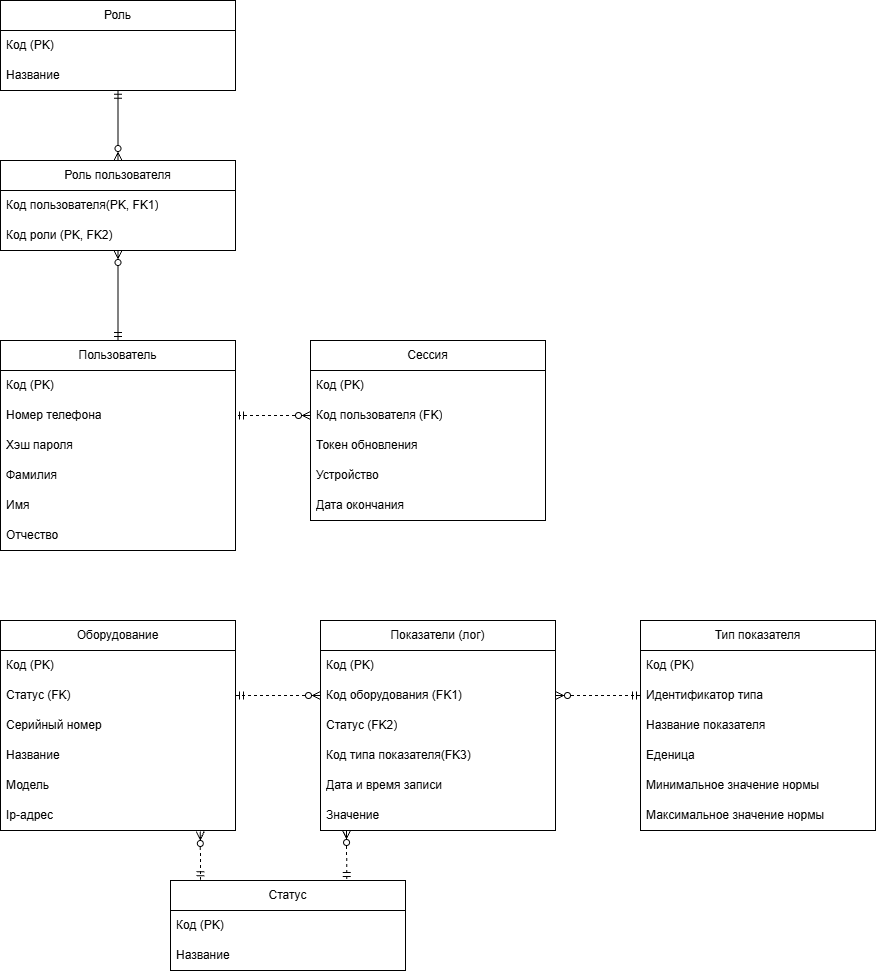
Before: db_diagrams/signal_logical.drawio.png, a diagram exported from draw.io (Skverno-Slov/Pract). Source tidied: cells renumbered, new cells last; positions are measured from the earlier drawing's top-left corner, leaving out a move shared by most shapes. Its diagram source:
```xml
<mxGraphModel>
  <root>
    <mxCell id="0" />
    <mxCell id="1" parent="0" />
    <mxCell id="2" value="Роль" style="swimlane;fontStyle=0;horizontal=1;startSize=30;whiteSpace=wrap;html=1;" parent="1" vertex="1">
      <mxGeometry width="235" height="90" as="geometry" />
    </mxCell>
    <mxCell id="3" value="Код (PK)" style="text;strokeColor=none;fillColor=none;align=left;verticalAlign=middle;spacingLeft=4;spacingRight=4;overflow=hidden;whiteSpace=wrap;html=1;" parent="2" vertex="1">
      <mxGeometry y="30" width="235" height="30" as="geometry" />
    </mxCell>
    <mxCell id="4" value="Название&amp;nbsp;" style="text;strokeColor=none;fillColor=none;align=left;verticalAlign=middle;spacingLeft=4;spacingRight=4;overflow=hidden;points=[[0,0.5],[1,0.5]];portConstraint=eastwest;whiteSpace=wrap;html=1;" parent="2" vertex="1">
      <mxGeometry y="60" width="235" height="30" as="geometry" />
    </mxCell>
    <mxCell id="5" value="Пользователь" style="swimlane;fontStyle=0;horizontal=1;startSize=30;whiteSpace=wrap;html=1;" parent="1" vertex="1">
      <mxGeometry y="340" width="235" height="210" as="geometry" />
    </mxCell>
    <mxCell id="6" value="Код (PK)" style="text;strokeColor=none;fillColor=none;align=left;verticalAlign=middle;spacingLeft=4;spacingRight=4;overflow=hidden;whiteSpace=wrap;html=1;" parent="5" vertex="1">
      <mxGeometry y="30" width="235" height="30" as="geometry" />
    </mxCell>
    <mxCell id="7" value="Номер телефона" style="text;strokeColor=none;fillColor=none;align=left;verticalAlign=middle;spacingLeft=4;spacingRight=4;overflow=hidden;points=[[0,0.5],[1,0.5]];portConstraint=eastwest;whiteSpace=wrap;html=1;" parent="5" vertex="1">
      <mxGeometry y="60" width="235" height="30" as="geometry" />
    </mxCell>
    <mxCell id="8" value="Хэш пароля" style="text;strokeColor=none;fillColor=none;align=left;verticalAlign=middle;spacingLeft=4;spacingRight=4;overflow=hidden;whiteSpace=wrap;html=1;" parent="5" vertex="1">
      <mxGeometry y="90" width="235" height="30" as="geometry" />
    </mxCell>
    <mxCell id="9" value="Фамилия" style="text;strokeColor=none;fillColor=none;align=left;verticalAlign=middle;spacingLeft=4;spacingRight=4;overflow=hidden;whiteSpace=wrap;html=1;" parent="5" vertex="1">
      <mxGeometry y="120" width="235" height="30" as="geometry" />
    </mxCell>
    <mxCell id="10" value="Имя" style="text;strokeColor=none;fillColor=none;align=left;verticalAlign=middle;spacingLeft=4;spacingRight=4;overflow=hidden;whiteSpace=wrap;html=1;" parent="5" vertex="1">
      <mxGeometry y="150" width="235" height="30" as="geometry" />
    </mxCell>
    <mxCell id="11" value="Отчество" style="text;strokeColor=none;fillColor=none;align=left;verticalAlign=middle;spacingLeft=4;spacingRight=4;overflow=hidden;whiteSpace=wrap;html=1;" parent="5" vertex="1">
      <mxGeometry y="180" width="235" height="30" as="geometry" />
    </mxCell>
    <mxCell id="12" value="Роль пользователя" style="swimlane;fontStyle=0;horizontal=1;startSize=30;whiteSpace=wrap;html=1;" parent="1" vertex="1">
      <mxGeometry y="160" width="235" height="90" as="geometry" />
    </mxCell>
    <mxCell id="13" value="Код пользователя(PK, FK1)" style="text;strokeColor=none;fillColor=none;align=left;verticalAlign=middle;spacingLeft=4;spacingRight=4;overflow=hidden;whiteSpace=wrap;html=1;" parent="12" vertex="1">
      <mxGeometry y="30" width="235" height="30" as="geometry" />
    </mxCell>
    <mxCell id="14" value="Код роли (PK, FK2)" style="text;strokeColor=none;fillColor=none;align=left;verticalAlign=middle;spacingLeft=4;spacingRight=4;overflow=hidden;points=[[0,0.5],[1,0.5]];portConstraint=eastwest;whiteSpace=wrap;html=1;" parent="12" vertex="1">
      <mxGeometry y="60" width="235" height="30" as="geometry" />
    </mxCell>
    <mxCell id="15" style="edgeStyle=orthogonalEdgeStyle;rounded=0;jettySize=auto;html=1;entryX=0.5;entryY=0;entryDx=0;entryDy=0;startArrow=ERzeroToMany;startFill=0;endArrow=ERmandOne;endFill=0;" parent="1" edge="1" source="14" target="5">
      <mxGeometry relative="1" as="geometry">
        <Array as="points">
          <mxPoint x="118" y="270" />
          <mxPoint x="118" y="270" />
        </Array>
      </mxGeometry>
    </mxCell>
    <mxCell id="16" style="edgeStyle=orthogonalEdgeStyle;rounded=0;jettySize=auto;html=1;startArrow=ERzeroToMany;startFill=0;entryX=0.5;entryY=0.993;entryDx=0;entryDy=0;entryPerimeter=0;endArrow=ERmandOne;endFill=0;" parent="1" edge="1" source="12" target="4">
      <mxGeometry relative="1" as="geometry" />
    </mxCell>
    <mxCell id="17" value="Оборудование" style="swimlane;fontStyle=0;horizontal=1;startSize=30;whiteSpace=wrap;html=1;" parent="1" vertex="1">
      <mxGeometry y="620" width="235" height="210" as="geometry" />
    </mxCell>
    <mxCell id="18" value="Код (PK)" style="text;strokeColor=none;fillColor=none;align=left;verticalAlign=middle;spacingLeft=4;spacingRight=4;overflow=hidden;whiteSpace=wrap;html=1;" parent="17" vertex="1">
      <mxGeometry y="30" width="235" height="30" as="geometry" />
    </mxCell>
    <mxCell id="19" value="Статус (FK)" style="text;strokeColor=none;fillColor=none;align=left;verticalAlign=middle;spacingLeft=4;spacingRight=4;overflow=hidden;points=[[0,0.5],[1,0.5]];portConstraint=eastwest;whiteSpace=wrap;html=1;" parent="17" vertex="1">
      <mxGeometry y="60" width="235" height="30" as="geometry" />
    </mxCell>
    <mxCell id="20" value="Серийный номер" style="text;strokeColor=none;fillColor=none;align=left;verticalAlign=middle;spacingLeft=4;spacingRight=4;overflow=hidden;whiteSpace=wrap;html=1;" parent="17" vertex="1">
      <mxGeometry y="90" width="235" height="30" as="geometry" />
    </mxCell>
    <mxCell id="21" value="Название" style="text;strokeColor=none;fillColor=none;align=left;verticalAlign=middle;spacingLeft=4;spacingRight=4;overflow=hidden;whiteSpace=wrap;html=1;" parent="17" vertex="1">
      <mxGeometry y="120" width="235" height="30" as="geometry" />
    </mxCell>
    <mxCell id="22" value="Модель" style="text;strokeColor=none;fillColor=none;align=left;verticalAlign=middle;spacingLeft=4;spacingRight=4;overflow=hidden;whiteSpace=wrap;html=1;" parent="17" vertex="1">
      <mxGeometry y="150" width="235" height="30" as="geometry" />
    </mxCell>
    <mxCell id="23" value="Ip-адрес" style="text;strokeColor=none;fillColor=none;align=left;verticalAlign=middle;spacingLeft=4;spacingRight=4;overflow=hidden;points=[[0,0.5],[1,0.5]];portConstraint=eastwest;whiteSpace=wrap;html=1;" parent="17" vertex="1">
      <mxGeometry y="180" width="235" height="30" as="geometry" />
    </mxCell>
    <mxCell id="24" value="Статус" style="swimlane;fontStyle=0;horizontal=1;startSize=30;whiteSpace=wrap;html=1;" parent="1" vertex="1">
      <mxGeometry x="170" y="880" width="235" height="90" as="geometry" />
    </mxCell>
    <mxCell id="25" value="Код (PK)" style="text;strokeColor=none;fillColor=none;align=left;verticalAlign=middle;spacingLeft=4;spacingRight=4;overflow=hidden;whiteSpace=wrap;html=1;" parent="24" vertex="1">
      <mxGeometry y="30" width="235" height="30" as="geometry" />
    </mxCell>
    <mxCell id="26" value="Название&amp;nbsp;" style="text;strokeColor=none;fillColor=none;align=left;verticalAlign=middle;spacingLeft=4;spacingRight=4;overflow=hidden;whiteSpace=wrap;html=1;" parent="24" vertex="1">
      <mxGeometry y="60" width="235" height="30" as="geometry" />
    </mxCell>
    <mxCell id="27" value="Сессия" style="swimlane;fontStyle=0;horizontal=1;startSize=30;whiteSpace=wrap;html=1;" parent="1" vertex="1">
      <mxGeometry x="310" y="340" width="235" height="180" as="geometry" />
    </mxCell>
    <mxCell id="28" value="Код (PK)" style="text;strokeColor=none;fillColor=none;align=left;verticalAlign=middle;spacingLeft=4;spacingRight=4;overflow=hidden;whiteSpace=wrap;html=1;" parent="27" vertex="1">
      <mxGeometry y="30" width="235" height="30" as="geometry" />
    </mxCell>
    <mxCell id="29" value="Код пользователя (FK)" style="text;strokeColor=none;fillColor=none;align=left;verticalAlign=middle;spacingLeft=4;spacingRight=4;overflow=hidden;points=[[0,0.5],[1,0.5]];portConstraint=eastwest;whiteSpace=wrap;html=1;" parent="27" vertex="1">
      <mxGeometry y="60" width="235" height="30" as="geometry" />
    </mxCell>
    <mxCell id="30" value="Токен обновления" style="text;strokeColor=none;fillColor=none;align=left;verticalAlign=middle;spacingLeft=4;spacingRight=4;overflow=hidden;whiteSpace=wrap;html=1;" parent="27" vertex="1">
      <mxGeometry y="90" width="235" height="30" as="geometry" />
    </mxCell>
    <mxCell id="31" value="Устройство" style="text;strokeColor=none;fillColor=none;align=left;verticalAlign=middle;spacingLeft=4;spacingRight=4;overflow=hidden;whiteSpace=wrap;html=1;" parent="27" vertex="1">
      <mxGeometry y="120" width="235" height="30" as="geometry" />
    </mxCell>
    <mxCell id="32" value="Дата окончания" style="text;strokeColor=none;fillColor=none;align=left;verticalAlign=middle;spacingLeft=4;spacingRight=4;overflow=hidden;whiteSpace=wrap;html=1;" parent="27" vertex="1">
      <mxGeometry y="150" width="235" height="30" as="geometry" />
    </mxCell>
    <mxCell id="33" style="endArrow=ERmandOne;html=1;rounded=0;exitX=0;exitY=0.5;exitDx=0;exitDy=0;entryX=1;entryY=0.5;entryDx=0;entryDy=0;startArrow=ERzeroToMany;startFill=0;endFill=0;dashed=1;" parent="1" edge="1" source="29" target="7">
      <mxGeometry relative="1" as="geometry" />
    </mxCell>
    <mxCell id="34" value="Показатели (лог)" style="swimlane;fontStyle=0;horizontal=1;startSize=30;whiteSpace=wrap;html=1;" parent="1" vertex="1">
      <mxGeometry x="320" y="620" width="235" height="210" as="geometry" />
    </mxCell>
    <mxCell id="35" value="Код (PK)" style="text;strokeColor=none;fillColor=none;align=left;verticalAlign=middle;spacingLeft=4;spacingRight=4;overflow=hidden;whiteSpace=wrap;html=1;" parent="34" vertex="1">
      <mxGeometry y="30" width="235" height="30" as="geometry" />
    </mxCell>
    <mxCell id="36" value="Код оборудования (FK1)" style="text;strokeColor=none;fillColor=none;align=left;verticalAlign=middle;spacingLeft=4;spacingRight=4;overflow=hidden;points=[[0,0.5],[1,0.5]];portConstraint=eastwest;whiteSpace=wrap;html=1;" parent="34" vertex="1">
      <mxGeometry y="60" width="235" height="30" as="geometry" />
    </mxCell>
    <mxCell id="37" value="Статус (FK2)" style="text;strokeColor=none;fillColor=none;align=left;verticalAlign=middle;spacingLeft=4;spacingRight=4;overflow=hidden;whiteSpace=wrap;html=1;" parent="34" vertex="1">
      <mxGeometry y="90" width="235" height="30" as="geometry" />
    </mxCell>
    <mxCell id="38" value="Код типа показателя(FK3)" style="text;strokeColor=none;fillColor=none;align=left;verticalAlign=middle;spacingLeft=4;spacingRight=4;overflow=hidden;whiteSpace=wrap;html=1;" parent="34" vertex="1">
      <mxGeometry y="120" width="235" height="30" as="geometry" />
    </mxCell>
    <mxCell id="39" value="Дата и время записи" style="text;strokeColor=none;fillColor=none;align=left;verticalAlign=middle;spacingLeft=4;spacingRight=4;overflow=hidden;whiteSpace=wrap;html=1;" parent="34" vertex="1">
      <mxGeometry y="150" width="235" height="30" as="geometry" />
    </mxCell>
    <mxCell id="40" value="Значение" style="text;strokeColor=none;fillColor=none;align=left;verticalAlign=middle;spacingLeft=4;spacingRight=4;overflow=hidden;whiteSpace=wrap;html=1;" parent="34" vertex="1">
      <mxGeometry y="180" width="235" height="30" as="geometry" />
    </mxCell>
    <mxCell id="41" style="endArrow=ERmandOne;html=1;rounded=0;exitX=0.85;exitY=1.033;exitDx=0;exitDy=0;exitPerimeter=0;entryX=0.128;entryY=-0.009;entryDx=0;entryDy=0;entryPerimeter=0;startArrow=ERzeroToMany;startFill=0;endFill=0;dashed=1;" parent="1" edge="1" source="23" target="24">
      <mxGeometry relative="1" as="geometry" />
    </mxCell>
    <mxCell id="42" style="endArrow=ERmandOne;html=1;rounded=0;entryX=0;entryY=0.5;entryDx=0;entryDy=0;exitX=1;exitY=0.5;exitDx=0;exitDy=0;startArrow=ERzeroToMany;startFill=0;endFill=0;dashed=1;" parent="1" edge="1" source="36" target="46">
      <mxGeometry relative="1" as="geometry" />
    </mxCell>
    <mxCell id="43" style="endArrow=ERmandOne;html=1;rounded=0;exitX=0;exitY=0.5;exitDx=0;exitDy=0;entryX=1;entryY=0.5;entryDx=0;entryDy=0;startArrow=ERzeroToMany;startFill=0;endFill=0;dashed=1;" parent="1" edge="1" source="36" target="19">
      <mxGeometry relative="1" as="geometry" />
    </mxCell>
    <mxCell id="44" value="Тип показателя" style="swimlane;fontStyle=0;horizontal=1;startSize=30;whiteSpace=wrap;html=1;" parent="1" vertex="1">
      <mxGeometry x="640" y="620" width="235" height="210" as="geometry" />
    </mxCell>
    <mxCell id="45" value="Код (PK)" style="text;strokeColor=none;fillColor=none;align=left;verticalAlign=middle;spacingLeft=4;spacingRight=4;overflow=hidden;whiteSpace=wrap;html=1;" parent="44" vertex="1">
      <mxGeometry y="30" width="235" height="30" as="geometry" />
    </mxCell>
    <mxCell id="46" value="Идентификатор типа" style="text;strokeColor=none;fillColor=none;align=left;verticalAlign=middle;spacingLeft=4;spacingRight=4;overflow=hidden;points=[[0,0.5],[1,0.5]];portConstraint=eastwest;whiteSpace=wrap;html=1;" parent="44" vertex="1">
      <mxGeometry y="60" width="235" height="30" as="geometry" />
    </mxCell>
    <mxCell id="47" value="Название показателя" style="text;strokeColor=none;fillColor=none;align=left;verticalAlign=middle;spacingLeft=4;spacingRight=4;overflow=hidden;whiteSpace=wrap;html=1;" parent="44" vertex="1">
      <mxGeometry y="90" width="235" height="30" as="geometry" />
    </mxCell>
    <mxCell id="48" value="Еденица&amp;nbsp;" style="text;strokeColor=none;fillColor=none;align=left;verticalAlign=middle;spacingLeft=4;spacingRight=4;overflow=hidden;whiteSpace=wrap;html=1;" parent="44" vertex="1">
      <mxGeometry y="120" width="235" height="30" as="geometry" />
    </mxCell>
    <mxCell id="49" value="Минимальное значение нормы" style="text;strokeColor=none;fillColor=none;align=left;verticalAlign=middle;spacingLeft=4;spacingRight=4;overflow=hidden;whiteSpace=wrap;html=1;" parent="44" vertex="1">
      <mxGeometry y="150" width="235" height="30" as="geometry" />
    </mxCell>
    <mxCell id="50" value="Максимальное значение нормы" style="text;strokeColor=none;fillColor=none;align=left;verticalAlign=middle;spacingLeft=4;spacingRight=4;overflow=hidden;whiteSpace=wrap;html=1;" parent="44" vertex="1">
      <mxGeometry y="180" width="235" height="30" as="geometry" />
    </mxCell>
    <mxCell id="51" style="endArrow=ERmandOne;html=1;rounded=0;entryX=0.75;entryY=0;entryDx=0;entryDy=0;startArrow=ERzeroToMany;startFill=0;endFill=0;dashed=1;" parent="1" edge="1" target="24">
      <mxGeometry relative="1" as="geometry">
        <mxPoint x="346" y="830" as="sourcePoint" />
      </mxGeometry>
    </mxCell>
  </root>
</mxGraphModel>
```
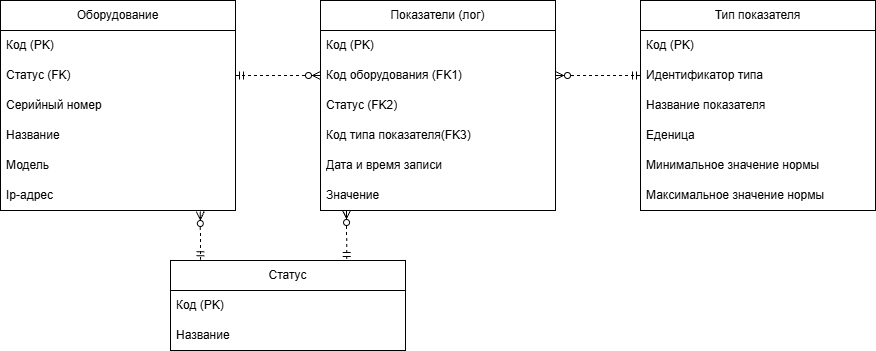
After the commit.

The edit, as a diff of the source:
```diff
@@ -2,56 +2,6 @@
   <root>
     <mxCell id="0" />
     <mxCell id="1" parent="0" />
-    <mxCell id="2" value="Роль" style="swimlane;fontStyle=0;horizontal=1;startSize=30;whiteSpace=wrap;html=1;" parent="1" vertex="1">
-      <mxGeometry width="235" height="90" as="geometry" />
-    </mxCell>
-    <mxCell id="3" value="Код (PK)" style="text;strokeColor=none;fillColor=none;align=left;verticalAlign=middle;spacingLeft=4;spacingRight=4;overflow=hidden;whiteSpace=wrap;html=1;" parent="2" vertex="1">
-      <mxGeometry y="30" width="235" height="30" as="geometry" />
-    </mxCell>
-    <mxCell id="4" value="Название&amp;nbsp;" style="text;strokeColor=none;fillColor=none;align=left;verticalAlign=middle;spacingLeft=4;spacingRight=4;overflow=hidden;points=[[0,0.5],[1,0.5]];portConstraint=eastwest;whiteSpace=wrap;html=1;" parent="2" vertex="1">
-      <mxGeometry y="60" width="235" height="30" as="geometry" />
-    </mxCell>
-    <mxCell id="5" value="Пользователь" style="swimlane;fontStyle=0;horizontal=1;startSize=30;whiteSpace=wrap;html=1;" parent="1" vertex="1">
-      <mxGeometry y="340" width="235" height="210" as="geometry" />
-    </mxCell>
-    <mxCell id="6" value="Код (PK)" style="text;strokeColor=none;fillColor=none;align=left;verticalAlign=middle;spacingLeft=4;spacingRight=4;overflow=hidden;whiteSpace=wrap;html=1;" parent="5" vertex="1">
-      <mxGeometry y="30" width="235" height="30" as="geometry" />
-    </mxCell>
-    <mxCell id="7" value="Номер телефона" style="text;strokeColor=none;fillColor=none;align=left;verticalAlign=middle;spacingLeft=4;spacingRight=4;overflow=hidden;points=[[0,0.5],[1,0.5]];portConstraint=eastwest;whiteSpace=wrap;html=1;" parent="5" vertex="1">
-      <mxGeometry y="60" width="235" height="30" as="geometry" />
-    </mxCell>
-    <mxCell id="8" value="Хэш пароля" style="text;strokeColor=none;fillColor=none;align=left;verticalAlign=middle;spacingLeft=4;spacingRight=4;overflow=hidden;whiteSpace=wrap;html=1;" parent="5" vertex="1">
-      <mxGeometry y="90" width="235" height="30" as="geometry" />
-    </mxCell>
-    <mxCell id="9" value="Фамилия" style="text;strokeColor=none;fillColor=none;align=left;verticalAlign=middle;spacingLeft=4;spacingRight=4;overflow=hidden;whiteSpace=wrap;html=1;" parent="5" vertex="1">
-      <mxGeometry y="120" width="235" height="30" as="geometry" />
-    </mxCell>
-    <mxCell id="10" value="Имя" style="text;strokeColor=none;fillColor=none;align=left;verticalAlign=middle;spacingLeft=4;spacingRight=4;overflow=hidden;whiteSpace=wrap;html=1;" parent="5" vertex="1">
-      <mxGeometry y="150" width="235" height="30" as="geometry" />
-    </mxCell>
-    <mxCell id="11" value="Отчество" style="text;strokeColor=none;fillColor=none;align=left;verticalAlign=middle;spacingLeft=4;spacingRight=4;overflow=hidden;whiteSpace=wrap;html=1;" parent="5" vertex="1">
-      <mxGeometry y="180" width="235" height="30" as="geometry" />
-    </mxCell>
-    <mxCell id="12" value="Роль пользователя" style="swimlane;fontStyle=0;horizontal=1;startSize=30;whiteSpace=wrap;html=1;" parent="1" vertex="1">
-      <mxGeometry y="160" width="235" height="90" as="geometry" />
-    </mxCell>
-    <mxCell id="13" value="Код пользователя(PK, FK1)" style="text;strokeColor=none;fillColor=none;align=left;verticalAlign=middle;spacingLeft=4;spacingRight=4;overflow=hidden;whiteSpace=wrap;html=1;" parent="12" vertex="1">
-      <mxGeometry y="30" width="235" height="30" as="geometry" />
-    </mxCell>
-    <mxCell id="14" value="Код роли (PK, FK2)" style="text;strokeColor=none;fillColor=none;align=left;verticalAlign=middle;spacingLeft=4;spacingRight=4;overflow=hidden;points=[[0,0.5],[1,0.5]];portConstraint=eastwest;whiteSpace=wrap;html=1;" parent="12" vertex="1">
-      <mxGeometry y="60" width="235" height="30" as="geometry" />
-    </mxCell>
-    <mxCell id="15" style="edgeStyle=orthogonalEdgeStyle;rounded=0;jettySize=auto;html=1;entryX=0.5;entryY=0;entryDx=0;entryDy=0;startArrow=ERzeroToMany;startFill=0;endArrow=ERmandOne;endFill=0;" parent="1" edge="1" source="14" target="5">
-      <mxGeometry relative="1" as="geometry">
-        <Array as="points">
-          <mxPoint x="118" y="270" />
-          <mxPoint x="118" y="270" />
-        </Array>
-      </mxGeometry>
-    </mxCell>
-    <mxCell id="16" style="edgeStyle=orthogonalEdgeStyle;rounded=0;jettySize=auto;html=1;startArrow=ERzeroToMany;startFill=0;entryX=0.5;entryY=0.993;entryDx=0;entryDy=0;entryPerimeter=0;endArrow=ERmandOne;endFill=0;" parent="1" edge="1" source="12" target="4">
-      <mxGeometry relative="1" as="geometry" />
-    </mxCell>
     <mxCell id="17" value="Оборудование" style="swimlane;fontStyle=0;horizontal=1;startSize=30;whiteSpace=wrap;html=1;" parent="1" vertex="1">
       <mxGeometry y="620" width="235" height="210" as="geometry" />
     </mxCell>
@@ -82,27 +32,6 @@
     <mxCell id="26" value="Название&amp;nbsp;" style="text;strokeColor=none;fillColor=none;align=left;verticalAlign=middle;spacingLeft=4;spacingRight=4;overflow=hidden;whiteSpace=wrap;html=1;" parent="24" vertex="1">
       <mxGeometry y="60" width="235" height="30" as="geometry" />
     </mxCell>
-    <mxCell id="27" value="Сессия" style="swimlane;fontStyle=0;horizontal=1;startSize=30;whiteSpace=wrap;html=1;" parent="1" vertex="1">
-      <mxGeometry x="310" y="340" width="235" height="180" as="geometry" />
-    </mxCell>
-    <mxCell id="28" value="Код (PK)" style="text;strokeColor=none;fillColor=none;align=left;verticalAlign=middle;spacingLeft=4;spacingRight=4;overflow=hidden;whiteSpace=wrap;html=1;" parent="27" vertex="1">
-      <mxGeometry y="30" width="235" height="30" as="geometry" />
-    </mxCell>
-    <mxCell id="29" value="Код пользователя (FK)" style="text;strokeColor=none;fillColor=none;align=left;verticalAlign=middle;spacingLeft=4;spacingRight=4;overflow=hidden;points=[[0,0.5],[1,0.5]];portConstraint=eastwest;whiteSpace=wrap;html=1;" parent="27" vertex="1">
-      <mxGeometry y="60" width="235" height="30" as="geometry" />
-    </mxCell>
-    <mxCell id="30" value="Токен обновления" style="text;strokeColor=none;fillColor=none;align=left;verticalAlign=middle;spacingLeft=4;spacingRight=4;overflow=hidden;whiteSpace=wrap;html=1;" parent="27" vertex="1">
-      <mxGeometry y="90" width="235" height="30" as="geometry" />
-    </mxCell>
-    <mxCell id="31" value="Устройство" style="text;strokeColor=none;fillColor=none;align=left;verticalAlign=middle;spacingLeft=4;spacingRight=4;overflow=hidden;whiteSpace=wrap;html=1;" parent="27" vertex="1">
-      <mxGeometry y="120" width="235" height="30" as="geometry" />
-    </mxCell>
-    <mxCell id="32" value="Дата окончания" style="text;strokeColor=none;fillColor=none;align=left;verticalAlign=middle;spacingLeft=4;spacingRight=4;overflow=hidden;whiteSpace=wrap;html=1;" parent="27" vertex="1">
-      <mxGeometry y="150" width="235" height="30" as="geometry" />
-    </mxCell>
-    <mxCell id="33" style="endArrow=ERmandOne;html=1;rounded=0;exitX=0;exitY=0.5;exitDx=0;exitDy=0;entryX=1;entryY=0.5;entryDx=0;entryDy=0;startArrow=ERzeroToMany;startFill=0;endFill=0;dashed=1;" parent="1" edge="1" source="29" target="7">
-      <mxGeometry relative="1" as="geometry" />
-    </mxCell>
     <mxCell id="34" value="Показатели (лог)" style="swimlane;fontStyle=0;horizontal=1;startSize=30;whiteSpace=wrap;html=1;" parent="1" vertex="1">
       <mxGeometry x="320" y="620" width="235" height="210" as="geometry" />
     </mxCell>
```
